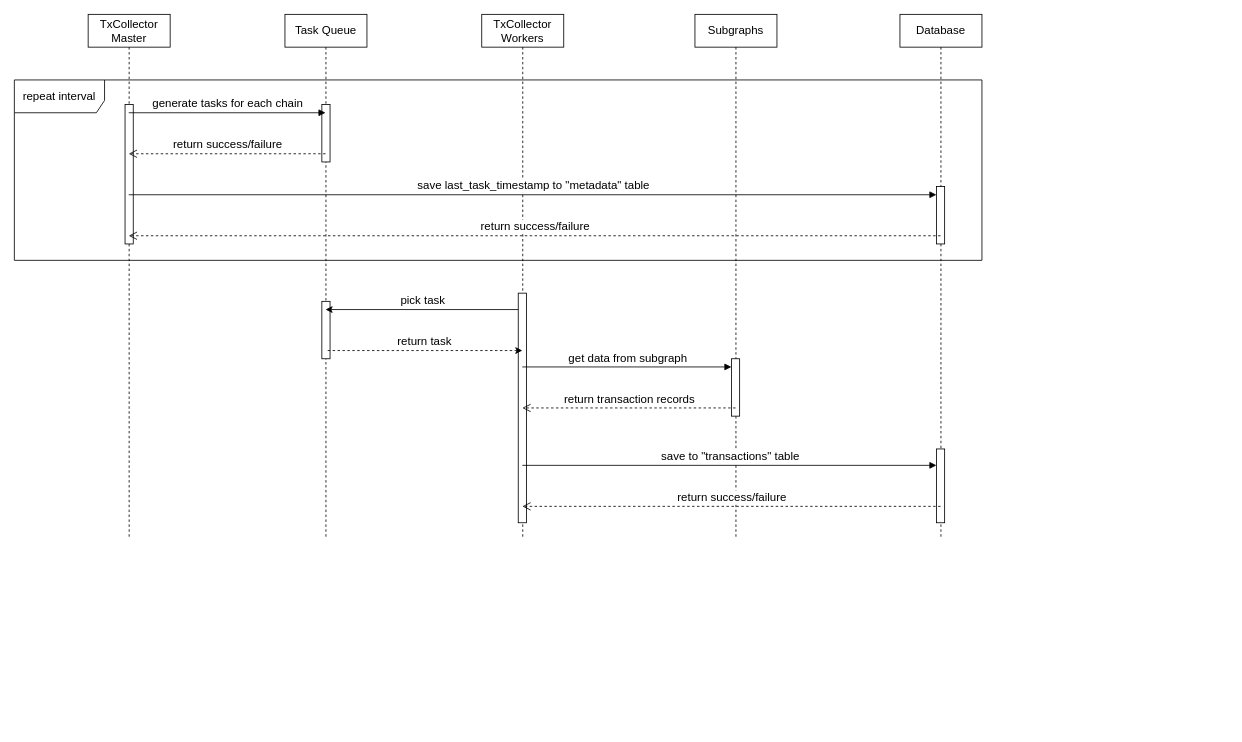
The draw.io diagram TxCollector Sequence Diagram Diagram.drawio in piavgh/draw.io-data, before the edit. Source tidied: cells renumbered, new cells numbered last; positions are measured from the earlier drawing's top-left corner, leaving out a move shared by most shapes. Both pictures are drawn from the tidied source at 82%, with x=0, y=0 at pixel (14, 14).
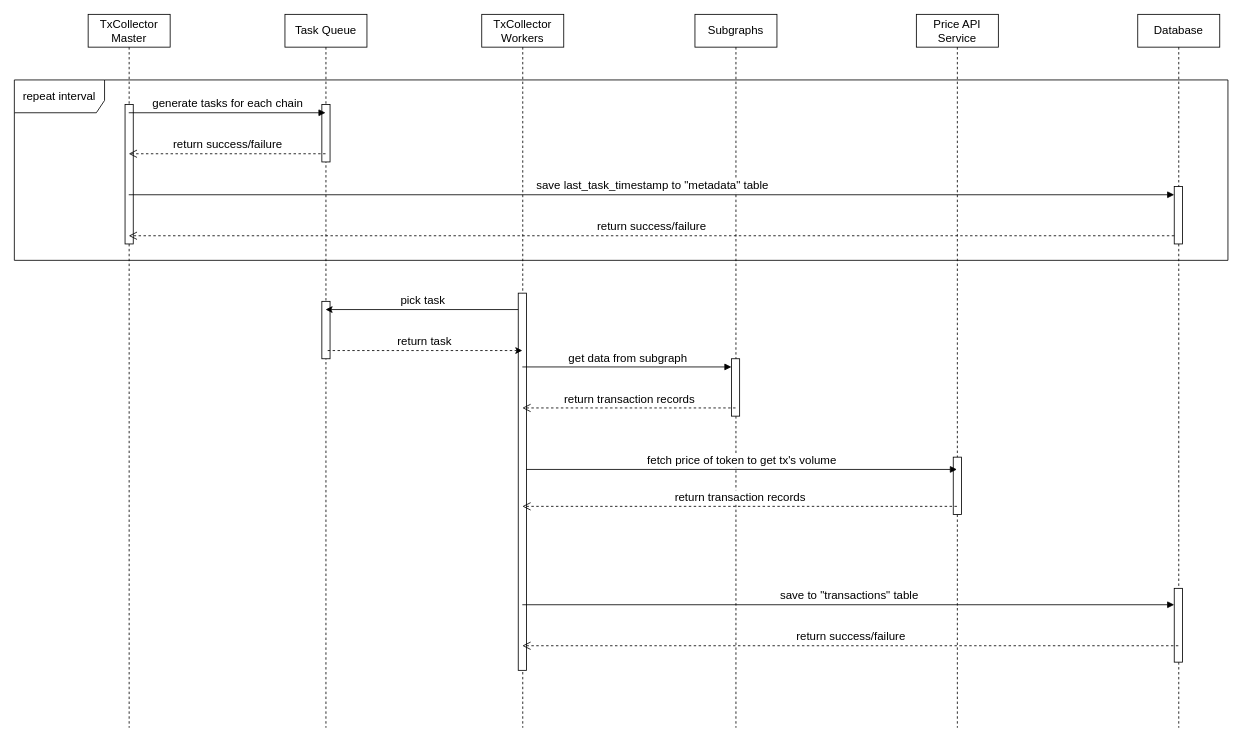
The same page after the edit.

Unchanged cells that the change refers to:
```xml
<mxCell id="13" style="html=1;points=[];perimeter=orthogonalPerimeter;fontSize=14;" parent="12" vertex="1">
  <mxGeometry x="44.5" y="210" width="10" height="70" as="geometry" />
</mxCell>
```

Change to the diagram source:
```diff
@@
     <mxCell id="2" value="repeat interval" style="shape=umlFrame;whiteSpace=wrap;html=1;fontSize=14;width=110;height=40;" parent="1" vertex="1">
-      <mxGeometry y="80" width="1180" height="220" as="geometry" />
+      <mxGeometry y="80" width="1480" height="220" as="geometry" />
     </mxCell>
     <mxCell id="3" value="TxCollector Master" style="shape=umlLifeline;perimeter=lifelinePerimeter;whiteSpace=wrap;html=1;fontSize=14;" parent="1" vertex="1">
-      <mxGeometry x="90" width="100" height="640" as="geometry" />
+      <mxGeometry x="90" width="100" height="870" as="geometry" />
     </mxCell>
@@
     <mxCell id="5" value="Task Queue" style="shape=umlLifeline;perimeter=lifelinePerimeter;whiteSpace=wrap;html=1;fontSize=14;" parent="1" vertex="1">
-      <mxGeometry x="330" width="100" height="640" as="geometry" />
+      <mxGeometry x="330" width="100" height="870" as="geometry" />
     </mxCell>
@@
     <mxCell id="8" value="TxCollector Workers" style="shape=umlLifeline;perimeter=lifelinePerimeter;whiteSpace=wrap;html=1;fontSize=14;" parent="1" vertex="1">
-      <mxGeometry x="570" width="100" height="640" as="geometry" />
+      <mxGeometry x="570" width="100" height="870" as="geometry" />
     </mxCell>
     <mxCell id="9" style="html=1;points=[];perimeter=orthogonalPerimeter;fontSize=14;" parent="8" vertex="1">
-      <mxGeometry x="44.5" y="340" width="10" height="280" as="geometry" />
+      <mxGeometry x="44.5" y="340" width="10" height="460" as="geometry" />
     </mxCell>
     <mxCell id="10" value="Subgraphs" style="shape=umlLifeline;perimeter=lifelinePerimeter;whiteSpace=wrap;html=1;fontSize=14;" parent="1" vertex="1">
-      <mxGeometry x="830" width="100" height="640" as="geometry" />
+      <mxGeometry x="830" width="100" height="870" as="geometry" />
     </mxCell>
@@
     <mxCell id="12" value="Database" style="shape=umlLifeline;perimeter=lifelinePerimeter;whiteSpace=wrap;html=1;fontSize=14;" parent="1" vertex="1">
-      <mxGeometry x="1080" width="100" height="640" as="geometry" />
+      <mxGeometry x="1370" width="100" height="870" as="geometry" />
     </mxCell>
@@
     <mxCell id="14" style="html=1;points=[];perimeter=orthogonalPerimeter;fontSize=14;" parent="12" vertex="1">
-      <mxGeometry x="44.5" y="530" width="10" height="90" as="geometry" />
+      <mxGeometry x="44.5" y="700" width="10" height="90" as="geometry" />
     </mxCell>
@@
     <mxCell id="21" value="save to &quot;transactions&quot; table" style="html=1;verticalAlign=bottom;endArrow=block;rounded=0;fontSize=14;" parent="1" edge="1" target="14">
       <mxGeometry relative="1" as="geometry">
-        <mxPoint x="619.5" y="550" as="sourcePoint" />
+        <mxPoint x="619.5" y="720" as="sourcePoint" />
       </mxGeometry>
     </mxCell>
@@
-    <mxCell id="23" value="return success/failure" style="html=1;verticalAlign=bottom;endArrow=open;dashed=1;endSize=8;rounded=0;fontSize=14;" parent="1" edge="1">
+    <mxCell id="23" value="return success/failure" style="html=1;verticalAlign=bottom;endArrow=open;dashed=1;endSize=8;rounded=0;fontSize=14;" parent="1" edge="1" source="13">
       <mxGeometry relative="1" as="geometry">
-        <mxPoint x="1129.5" y="270" as="sourcePoint" />
         <mxPoint x="139.5" y="270" as="targetPoint" />
       </mxGeometry>
     </mxCell>
     <mxCell id="24" value="return success/failure" style="html=1;verticalAlign=bottom;endArrow=open;dashed=1;endSize=8;rounded=0;fontSize=14;" parent="1" edge="1">
       <mxGeometry relative="1" as="geometry">
-        <mxPoint x="1129.5" y="600" as="sourcePoint" />
-        <mxPoint x="619.5" y="600" as="targetPoint" />
+        <mxPoint x="1419.5" y="770" as="sourcePoint" />
+        <mxPoint x="619.5" y="770" as="targetPoint" />
       </mxGeometry>
     </mxCell>
+    <mxCell id="25" value="Price API Service" style="shape=umlLifeline;perimeter=lifelinePerimeter;whiteSpace=wrap;html=1;fontSize=14;" parent="1" vertex="1">
+      <mxGeometry x="1100" width="100" height="870" as="geometry" />
+    </mxCell>
+    <mxCell id="26" style="html=1;perimeter=orthogonalPerimeter;fontSize=14;" parent="25" vertex="1">
+      <mxGeometry x="45" y="540" width="10" height="70" as="geometry" />
+    </mxCell>
+    <mxCell id="27" value="fetch price of token to get tx's volume" style="html=1;verticalAlign=bottom;endArrow=block;rounded=0;fontSize=14;exitX=0.95;exitY=0.75;exitDx=0;exitDy=0;exitPerimeter=0;" parent="1" edge="1">
+      <mxGeometry relative="1" as="geometry">
+        <mxPoint x="624" y="555" as="sourcePoint" />
+        <mxPoint x="1149.5" y="555" as="targetPoint" />
+      </mxGeometry>
+    </mxCell>
+    <mxCell id="28" value="return transaction records" style="html=1;verticalAlign=bottom;endArrow=open;dashed=1;endSize=8;rounded=0;fontSize=14;" parent="1" edge="1">
+      <mxGeometry relative="1" as="geometry">
+        <mxPoint x="1149.5" y="600" as="sourcePoint" />
+        <mxPoint x="619.5" y="600" as="targetPoint" />
+      </mxGeometry>
+    </mxCell>
```
